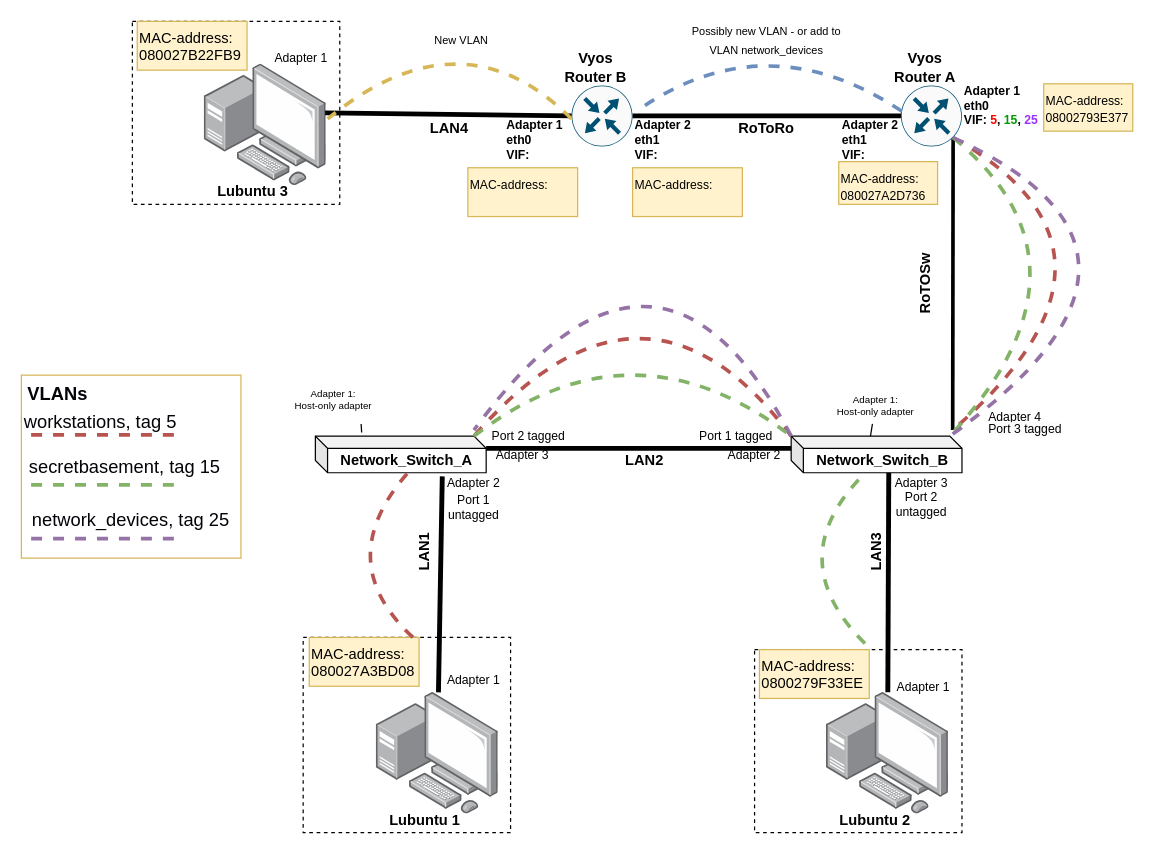
Kjersheim/DataNetworksIntro2023 keeps this draw.io diagram as page "Physical Topology" (1 of 3) of documentation/E05/E05NetworkCharts.drawio. Above is the earlier version. Source tidied: cells renumbered, new cells numbered last; positions are measured from the earlier drawing's top-left corner, leaving out a move shared by most shapes. Both pictures are drawn from the tidied source at 122%, with x=0, y=0 at pixel (21, 9).
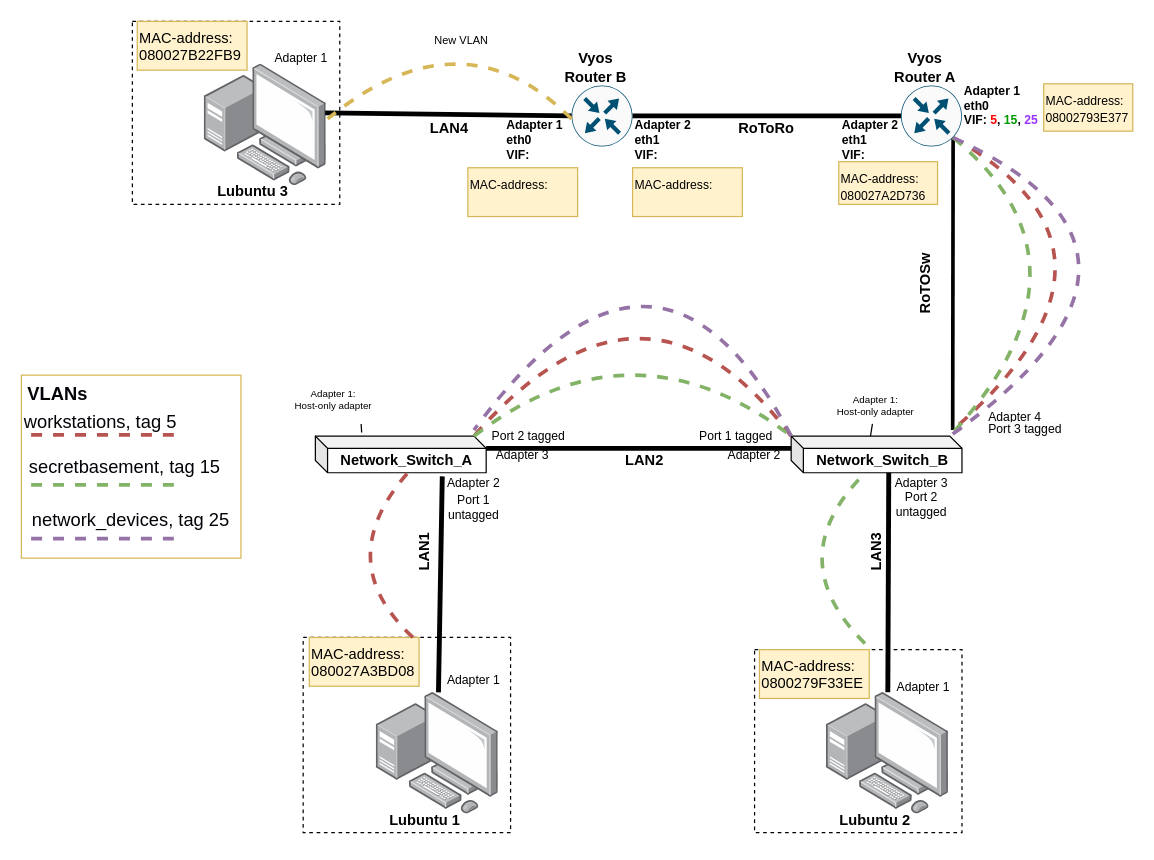
The same page after the edit.

The change refers to these unchanged cells:
```xml
<mxCell id="29" style="sketch=0;points=[[0.5,0,0],[1,0.5,0],[0.5,1,0],[0,0.5,0],[0.145,0.145,0],[0.8555,0.145,0],[0.855,0.8555,0],[0.145,0.855,0]];verticalLabelPosition=bottom;html=1;verticalAlign=top;align=center;shape=mxgraph.cisco19.rect;prIcon=router;fillColor=#FAFAFA;strokeColor=#005073;" parent="1" vertex="1">
  <mxGeometry x="721" y="62.5" width="50" height="50" as="geometry" />
</mxCell>
<mxCell id="69" value="Adapter 2&lt;br&gt;eth1&lt;br&gt;VIF:" style="text;strokeColor=none;align=left;fillColor=none;html=1;verticalAlign=top;whiteSpace=wrap;rounded=0;rotation=0;fontStyle=1;fontSize=10;" parent="1" vertex="1">
  <mxGeometry x="501" y="82.5" width="70" height="52.5" as="geometry" />
</mxCell>
```

Change to the diagram source:
```diff
@@
-    <mxCell id="71" style="endArrow=none;html=1;strokeWidth=3;fillColor=#dae8fc;strokeColor=#6c8ebf;dashed=1;curved=1;exitX=0.014;exitY=0.424;exitDx=0;exitDy=0;entryX=0.067;entryY=0.001;entryDx=0;entryDy=0;exitPerimeter=0;entryPerimeter=0;" parent="1" edge="1" source="29" target="69">
-      <mxGeometry x="-0.71" y="-66" relative="1" as="geometry">
-        <Array as="points">
-          <mxPoint x="611" y="10" />
-        </Array>
-      </mxGeometry>
-    </mxCell>
@@
-    <mxCell id="73" value="&lt;font style=&quot;font-size: 9px;&quot;&gt;Possibly new VLAN - or add to VLAN network_devices&lt;/font&gt;" style="text;strokeColor=none;align=center;fillColor=none;html=1;verticalAlign=middle;whiteSpace=wrap;rounded=0;" parent="1" vertex="1">
-      <mxGeometry x="541" y="10" width="140" height="30" as="geometry" />
-    </mxCell>
```
